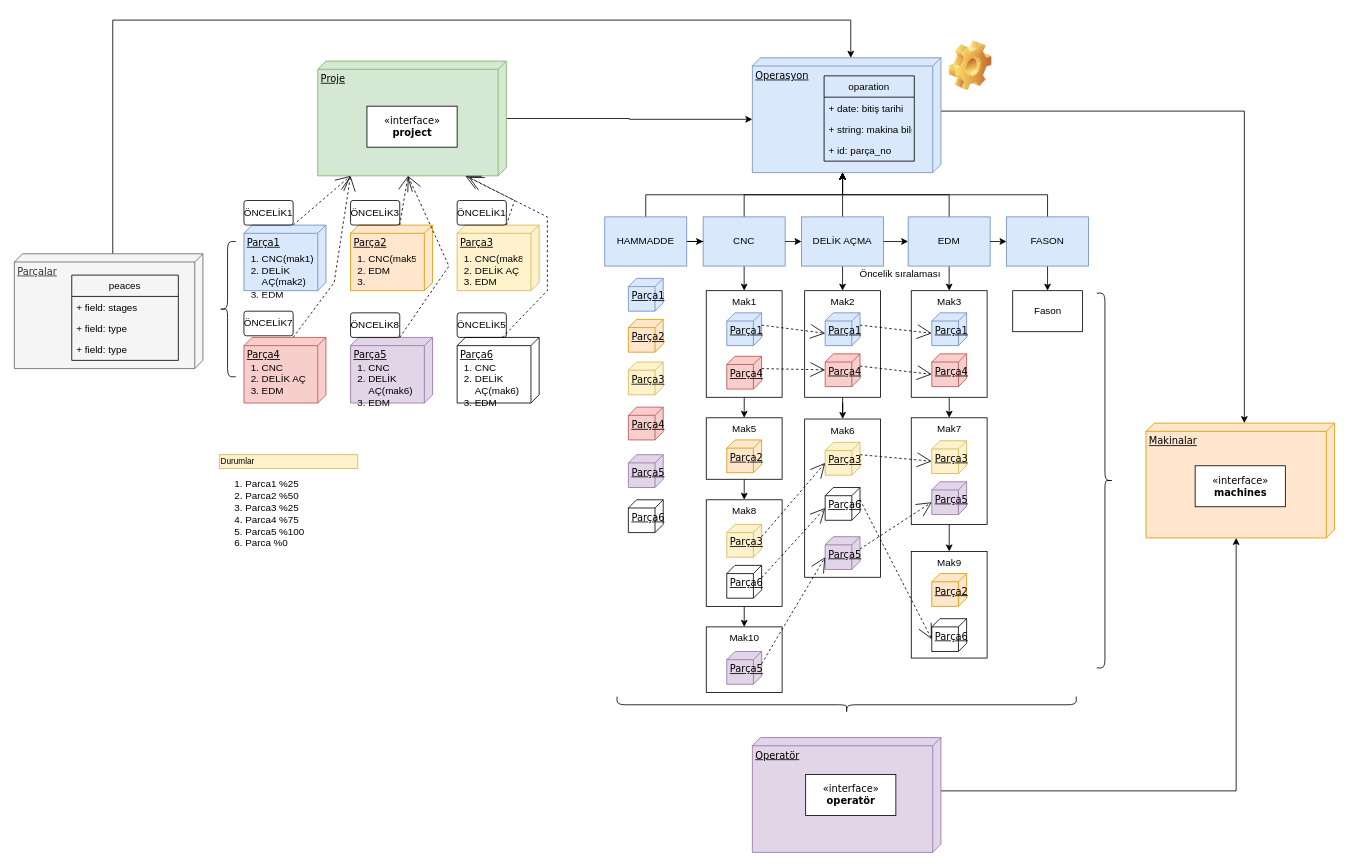
aygunoz/Angular-Plannig-App-All-Frontend keeps this draw.io diagram as Untitled Diagram.drawio. Above is the earlier version. Source tidied: cells renumbered, new cells numbered last; positions are measured from the earlier drawing's top-left corner, leaving out a move shared by most shapes. Both pictures are drawn from the tidied source at 82%, with x=0, y=0 at pixel (14, 20).
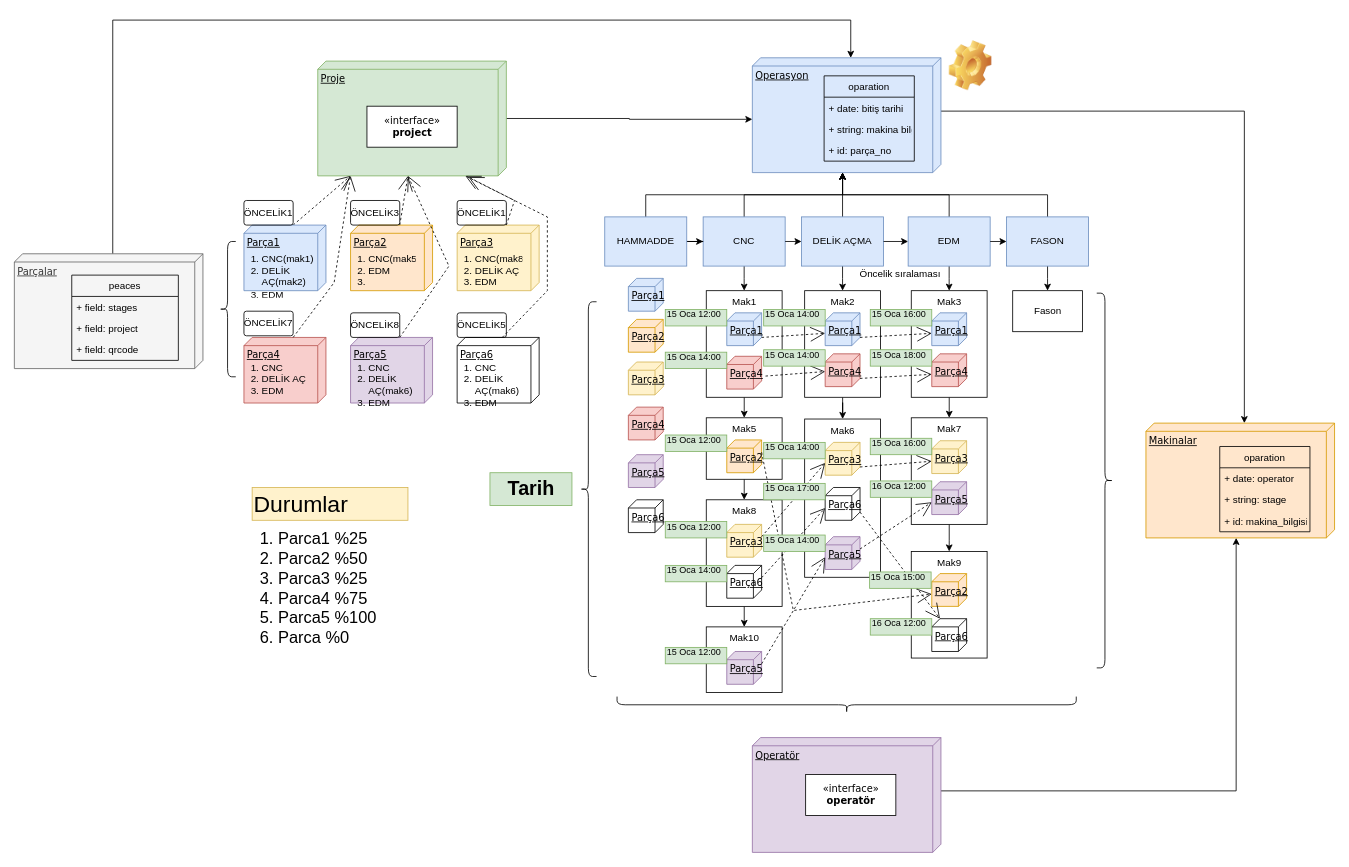
The same page after the edit.

The change refers to these unchanged cells:
```xml
<mxCell id="72" value="peaces" style="swimlane;fontStyle=0;horizontal=1;startSize=26;fillColor=none;" parent="1" vertex="1">
  <mxGeometry x="70" y="311" width="130" height="104" as="geometry" />
</mxCell>
<mxCell id="91" value="&lt;div&gt;Parça1&lt;/div&gt;&lt;div&gt;&lt;pre&gt;&lt;br&gt;&lt;/pre&gt;&lt;/div&gt;" style="verticalAlign=top;align=left;spacingTop=8;spacingLeft=2;spacingRight=12;shape=cube;size=10;direction=south;fontStyle=4;html=1;rounded=0;shadow=0;comic=0;labelBackgroundColor=none;strokeWidth=1;fontFamily=Verdana;fontSize=12;fillColor=#dae8fc;strokeColor=#6c8ebf;" parent="1" vertex="1">
  <mxGeometry x="868.8" y="357" width="42.5" height="40" as="geometry" />
</mxCell>
<mxCell id="93" value="Parça4" style="verticalAlign=top;align=left;spacingTop=8;spacingLeft=2;spacingRight=12;shape=cube;size=10;direction=south;fontStyle=4;html=1;rounded=0;shadow=0;comic=0;labelBackgroundColor=none;strokeWidth=1;fontFamily=Verdana;fontSize=12;fillColor=#f8cecc;strokeColor=#b85450;" parent="1" vertex="1">
  <mxGeometry x="868.8" y="410" width="42.5" height="40" as="geometry" />
</mxCell>
<mxCell id="94" value="Parça2" style="verticalAlign=top;align=left;spacingTop=8;spacingLeft=2;spacingRight=12;shape=cube;size=10;direction=south;fontStyle=4;html=1;rounded=0;shadow=0;comic=0;labelBackgroundColor=none;strokeWidth=1;fontFamily=Verdana;fontSize=12;fillColor=#ffe6cc;strokeColor=#d79b00;" parent="1" vertex="1">
  <mxGeometry x="868.8" y="512" width="42.5" height="40" as="geometry" />
</mxCell>
<mxCell id="97" value="&lt;div&gt;Parça1&lt;/div&gt;&lt;div&gt;&lt;pre&gt;&lt;br&gt;&lt;/pre&gt;&lt;/div&gt;" style="verticalAlign=top;align=left;spacingTop=8;spacingLeft=2;spacingRight=12;shape=cube;size=10;direction=south;fontStyle=4;html=1;rounded=0;shadow=0;comic=0;labelBackgroundColor=none;strokeWidth=1;fontFamily=Verdana;fontSize=12;fillColor=#dae8fc;strokeColor=#6c8ebf;" parent="1" vertex="1">
  <mxGeometry x="988.8" y="357" width="42.5" height="40" as="geometry" />
</mxCell>
<mxCell id="98" value="Parça5" style="verticalAlign=top;align=left;spacingTop=8;spacingLeft=2;spacingRight=12;shape=cube;size=10;direction=south;fontStyle=4;html=1;rounded=0;shadow=0;comic=0;labelBackgroundColor=none;strokeWidth=1;fontFamily=Verdana;fontSize=12;fillColor=#e1d5e7;strokeColor=#9673a6;" parent="1" vertex="1">
  <mxGeometry x="988.8" y="630" width="42.5" height="40" as="geometry" />
</mxCell>
<mxCell id="99" value="Parça6" style="verticalAlign=top;align=left;spacingTop=8;spacingLeft=2;spacingRight=12;shape=cube;size=10;direction=south;fontStyle=4;html=1;rounded=0;shadow=0;comic=0;labelBackgroundColor=none;strokeWidth=1;fontFamily=Verdana;fontSize=12;fillColor=none;" parent="1" vertex="1">
  <mxGeometry x="988.8" y="570" width="42.5" height="40" as="geometry" />
</mxCell>
<mxCell id="100" value="Parça3" style="verticalAlign=top;align=left;spacingTop=8;spacingLeft=2;spacingRight=12;shape=cube;size=10;direction=south;fontStyle=4;html=1;rounded=0;shadow=0;comic=0;labelBackgroundColor=none;strokeWidth=1;fontFamily=Verdana;fontSize=12;fillColor=#fff2cc;strokeColor=#d6b656;" parent="1" vertex="1">
  <mxGeometry x="988.8" y="515" width="42.5" height="40" as="geometry" />
</mxCell>
<mxCell id="101" value="Parça4" style="verticalAlign=top;align=left;spacingTop=8;spacingLeft=2;spacingRight=12;shape=cube;size=10;direction=south;fontStyle=4;html=1;rounded=0;shadow=0;comic=0;labelBackgroundColor=none;strokeWidth=1;fontFamily=Verdana;fontSize=12;fillColor=#f8cecc;strokeColor=#b85450;" parent="1" vertex="1">
  <mxGeometry x="988.8" y="407" width="42.5" height="40" as="geometry" />
</mxCell>
<mxCell id="102" value="&lt;div&gt;Parça1&lt;/div&gt;&lt;div&gt;&lt;pre&gt;&lt;br&gt;&lt;/pre&gt;&lt;/div&gt;" style="verticalAlign=top;align=left;spacingTop=8;spacingLeft=2;spacingRight=12;shape=cube;size=10;direction=south;fontStyle=4;html=1;rounded=0;shadow=0;comic=0;labelBackgroundColor=none;strokeWidth=1;fontFamily=Verdana;fontSize=12;fillColor=#dae8fc;strokeColor=#6c8ebf;" parent="1" vertex="1">
  <mxGeometry x="1118.8" y="357" width="42.5" height="40" as="geometry" />
</mxCell>
<mxCell id="103" value="Parça3" style="verticalAlign=top;align=left;spacingTop=8;spacingLeft=2;spacingRight=12;shape=cube;size=10;direction=south;fontStyle=4;html=1;rounded=0;shadow=0;comic=0;labelBackgroundColor=none;strokeWidth=1;fontFamily=Verdana;fontSize=12;fillColor=#fff2cc;strokeColor=#d6b656;" parent="1" vertex="1">
  <mxGeometry x="1118.8" y="513" width="42.5" height="40" as="geometry" />
</mxCell>
<mxCell id="104" value="Parça2" style="verticalAlign=top;align=left;spacingTop=8;spacingLeft=2;spacingRight=12;shape=cube;size=10;direction=south;fontStyle=4;html=1;rounded=0;shadow=0;comic=0;labelBackgroundColor=none;strokeWidth=1;fontFamily=Verdana;fontSize=12;fillColor=#ffe6cc;strokeColor=#d79b00;" parent="1" vertex="1">
  <mxGeometry x="1118.8" y="675" width="42.5" height="40" as="geometry" />
</mxCell>
<mxCell id="105" value="Parça4" style="verticalAlign=top;align=left;spacingTop=8;spacingLeft=2;spacingRight=12;shape=cube;size=10;direction=south;fontStyle=4;html=1;rounded=0;shadow=0;comic=0;labelBackgroundColor=none;strokeWidth=1;fontFamily=Verdana;fontSize=12;fillColor=#f8cecc;strokeColor=#b85450;" parent="1" vertex="1">
  <mxGeometry x="1118.8" y="407" width="42.5" height="40" as="geometry" />
</mxCell>
<mxCell id="106" value="Parça5" style="verticalAlign=top;align=left;spacingTop=8;spacingLeft=2;spacingRight=12;shape=cube;size=10;direction=south;fontStyle=4;html=1;rounded=0;shadow=0;comic=0;labelBackgroundColor=none;strokeWidth=1;fontFamily=Verdana;fontSize=12;fillColor=#e1d5e7;strokeColor=#9673a6;" parent="1" vertex="1">
  <mxGeometry x="1118.8" y="563" width="42.5" height="40" as="geometry" />
</mxCell>
<mxCell id="107" value="Parça6" style="verticalAlign=top;align=left;spacingTop=8;spacingLeft=2;spacingRight=12;shape=cube;size=10;direction=south;fontStyle=4;html=1;rounded=0;shadow=0;comic=0;labelBackgroundColor=none;strokeWidth=1;fontFamily=Verdana;fontSize=12;fillColor=none;" parent="1" vertex="1">
  <mxGeometry x="1118.8" y="730" width="42.5" height="40" as="geometry" />
</mxCell>
```

Diff of the diagram source:
```diff
@@
-    <mxCell id="36" value="&lt;div&gt;«interface»&lt;b&gt;&lt;br&gt;&lt;/b&gt;&lt;/div&gt;&lt;div&gt;&lt;b&gt;machines&lt;/b&gt;&lt;/div&gt;" style="html=1;rounded=0;shadow=0;comic=0;labelBackgroundColor=none;strokeWidth=1;fontFamily=Verdana;fontSize=12;align=center;" parent="1" vertex="1">
-      <mxGeometry x="1440" y="543.5" width="110" height="50" as="geometry" />
-    </mxCell>
@@
-    <mxCell id="74" value="+ field: type" style="text;strokeColor=none;fillColor=none;align=left;verticalAlign=top;spacingLeft=4;spacingRight=4;overflow=hidden;" parent="72" vertex="1">
+    <mxCell id="74" value="+ field: project" style="text;strokeColor=none;fillColor=none;align=left;verticalAlign=top;spacingLeft=4;spacingRight=4;overflow=hidden;" parent="72" vertex="1">
       <mxGeometry y="52" width="130" height="26" as="geometry" />
     </mxCell>
-    <mxCell id="75" value="+ field: type" style="text;strokeColor=none;fillColor=none;align=left;verticalAlign=top;spacingLeft=4;spacingRight=4;overflow=hidden;" parent="72" vertex="1">
+    <mxCell id="75" value="+ field: qrcode " style="text;strokeColor=none;fillColor=none;align=left;verticalAlign=top;spacingLeft=4;spacingRight=4;overflow=hidden;" parent="72" vertex="1">
       <mxGeometry y="78" width="130" height="26" as="geometry" />
     </mxCell>
@@
-    <mxCell id="108" style="edgeStyle=none;rounded=0;html=1;dashed=1;labelBackgroundColor=none;startArrow=none;startFill=0;startSize=8;endArrow=open;endFill=0;endSize=16;fontFamily=Verdana;fontSize=12;exitX=0;exitY=0;exitDx=15;exitDy=0;exitPerimeter=0;entryX=0;entryY=0;entryDx=25;entryDy=42.5;entryPerimeter=0;" parent="1" edge="1" source="91" target="97">
+    <mxCell id="108" style="edgeStyle=none;rounded=0;html=1;dashed=1;labelBackgroundColor=none;startArrow=none;startFill=0;startSize=8;endArrow=open;endFill=0;endSize=16;fontFamily=Verdana;fontSize=12;exitX=0;exitY=0;exitDx=30;exitDy=0;exitPerimeter=0;entryX=0;entryY=0;entryDx=25;entryDy=42.5;entryPerimeter=0;" parent="1" edge="1" source="91" target="97">
       <mxGeometry relative="1" as="geometry" />
     </mxCell>
-    <mxCell id="109" style="edgeStyle=none;rounded=0;html=1;dashed=1;labelBackgroundColor=none;startArrow=none;startFill=0;startSize=8;endArrow=open;endFill=0;endSize=16;fontFamily=Verdana;fontSize=12;exitX=0;exitY=0;exitDx=15;exitDy=0;exitPerimeter=0;" parent="1" edge="1" source="93" target="101">
+    <mxCell id="109" style="edgeStyle=none;rounded=0;html=1;dashed=1;labelBackgroundColor=none;startArrow=none;startFill=0;startSize=8;endArrow=open;endFill=0;endSize=16;fontFamily=Verdana;fontSize=12;exitX=0.603;exitY=-0.112;exitDx=0;exitDy=0;exitPerimeter=0;" parent="1" edge="1" source="93" target="101">
       <mxGeometry relative="1" as="geometry" />
     </mxCell>
@@
-    <mxCell id="113" style="edgeStyle=none;rounded=0;html=1;dashed=1;labelBackgroundColor=none;startArrow=none;startFill=0;startSize=8;endArrow=open;endFill=0;endSize=16;fontFamily=Verdana;fontSize=12;exitX=0;exitY=0;exitDx=15;exitDy=0;exitPerimeter=0;entryX=0;entryY=0;entryDx=25;entryDy=42.5;entryPerimeter=0;" parent="1" edge="1" source="97" target="102">
+    <mxCell id="113" style="edgeStyle=none;rounded=0;html=1;dashed=1;labelBackgroundColor=none;startArrow=none;startFill=0;startSize=8;endArrow=open;endFill=0;endSize=16;fontFamily=Verdana;fontSize=12;exitX=0;exitY=0;exitDx=30;exitDy=0;exitPerimeter=0;entryX=0;entryY=0;entryDx=25;entryDy=42.5;entryPerimeter=0;" parent="1" edge="1" source="97" target="102">
       <mxGeometry relative="1" as="geometry" />
     </mxCell>
-    <mxCell id="114" style="edgeStyle=none;rounded=0;html=1;dashed=1;labelBackgroundColor=none;startArrow=none;startFill=0;startSize=8;endArrow=open;endFill=0;endSize=16;fontFamily=Verdana;fontSize=12;exitX=0;exitY=0;exitDx=15;exitDy=0;exitPerimeter=0;entryX=0;entryY=0;entryDx=25;entryDy=42.5;entryPerimeter=0;" parent="1" edge="1" source="101" target="105">
+    <mxCell id="114" style="edgeStyle=none;rounded=0;html=1;dashed=1;labelBackgroundColor=none;startArrow=none;startFill=0;startSize=8;endArrow=open;endFill=0;endSize=16;fontFamily=Verdana;fontSize=12;exitX=0;exitY=0;exitDx=30;exitDy=0;exitPerimeter=0;entryX=0;entryY=0;entryDx=25;entryDy=42.5;entryPerimeter=0;" parent="1" edge="1" source="101" target="105">
       <mxGeometry relative="1" as="geometry" />
     </mxCell>
-    <mxCell id="115" style="edgeStyle=none;rounded=0;html=1;dashed=1;labelBackgroundColor=none;startArrow=none;startFill=0;startSize=8;endArrow=open;endFill=0;endSize=16;fontFamily=Verdana;fontSize=12;exitX=0;exitY=0;exitDx=15;exitDy=0;exitPerimeter=0;entryX=0;entryY=0;entryDx=25;entryDy=42.5;entryPerimeter=0;" parent="1" edge="1" source="100" target="103">
+    <mxCell id="115" style="edgeStyle=none;rounded=0;html=1;dashed=1;labelBackgroundColor=none;startArrow=none;startFill=0;startSize=8;endArrow=open;endFill=0;endSize=16;fontFamily=Verdana;fontSize=12;exitX=0;exitY=0;exitDx=30;exitDy=0;exitPerimeter=0;entryX=0;entryY=0;entryDx=25;entryDy=42.5;entryPerimeter=0;" parent="1" edge="1" source="100" target="103">
       <mxGeometry relative="1" as="geometry" />
     </mxCell>
-    <mxCell id="116" style="edgeStyle=none;rounded=0;html=1;dashed=1;labelBackgroundColor=none;startArrow=none;startFill=0;startSize=8;endArrow=open;endFill=0;endSize=16;fontFamily=Verdana;fontSize=12;exitX=0;exitY=0;exitDx=15;exitDy=0;exitPerimeter=0;entryX=0;entryY=0;entryDx=25;entryDy=42.5;entryPerimeter=0;" parent="1" edge="1" source="98" target="106">
+    <mxCell id="116" style="edgeStyle=none;rounded=0;html=1;dashed=1;labelBackgroundColor=none;startArrow=none;startFill=0;startSize=8;endArrow=open;endFill=0;endSize=16;fontFamily=Verdana;fontSize=12;entryX=0;entryY=0;entryDx=25;entryDy=42.5;entryPerimeter=0;exitX=0;exitY=0;exitDx=15;exitDy=0;exitPerimeter=0;" parent="1" edge="1" source="98" target="106">
       <mxGeometry relative="1" as="geometry" />
     </mxCell>
-    <mxCell id="117" style="edgeStyle=none;rounded=0;html=1;dashed=1;labelBackgroundColor=none;startArrow=none;startFill=0;startSize=8;endArrow=open;endFill=0;endSize=16;fontFamily=Verdana;fontSize=12;exitX=0;exitY=0;exitDx=15;exitDy=0;exitPerimeter=0;entryX=0;entryY=0;entryDx=25;entryDy=42.5;entryPerimeter=0;" parent="1" edge="1" source="99" target="107">
+    <mxCell id="117" style="edgeStyle=none;rounded=0;html=1;dashed=1;labelBackgroundColor=none;startArrow=none;startFill=0;startSize=8;endArrow=open;endFill=0;endSize=16;fontFamily=Verdana;fontSize=12;exitX=0;exitY=0;exitDx=30;exitDy=0;exitPerimeter=0;entryX=0;entryY=0;entryDx=0;entryDy=32.5;entryPerimeter=0;" parent="1" edge="1" source="99" target="107">
       <mxGeometry relative="1" as="geometry" />
     </mxCell>
-    <mxCell id="118" value="Durumlar" style="whiteSpace=wrap;html=1;shadow=0;dashed=0;fontSize=10;align=left;fillColor=#fff2cc;strokeColor=#d6b656;" parent="1" vertex="1">
-      <mxGeometry x="250" y="530" width="168.8" height="16.9" as="geometry" />
+    <mxCell id="118" value="&lt;font style=&quot;font-size: 28px;&quot;&gt;Durumlar&lt;/font&gt;" style="whiteSpace=wrap;html=1;shadow=0;dashed=0;fontSize=10;align=left;fillColor=#fff2cc;strokeColor=#d6b656;" parent="1" vertex="1">
+      <mxGeometry x="290" y="570" width="190" height="40" as="geometry" />
     </mxCell>
-    <mxCell id="119" value="&lt;ol&gt;&lt;li&gt;Parca1 %25&lt;/li&gt;&lt;li&gt;Parca2 %50&lt;/li&gt;&lt;li&gt;Parca3 %25&lt;/li&gt;&lt;li&gt;Parca4 %75&lt;/li&gt;&lt;li&gt;Parca5 %100&lt;/li&gt;&lt;li&gt;Parca %0&lt;/li&gt;&lt;/ol&gt;" style="text;strokeColor=none;fillColor=none;html=1;whiteSpace=wrap;verticalAlign=middle;overflow=hidden;" parent="1" vertex="1">
-      <mxGeometry x="240" y="543" width="130" height="117" as="geometry" />
+    <mxCell id="119" value="&lt;ol style=&quot;font-size: 20px;&quot;&gt;&lt;li&gt;Parca1 %25&lt;/li&gt;&lt;li&gt;Parca2 %50&lt;/li&gt;&lt;li&gt;Parca3 %25&lt;/li&gt;&lt;li&gt;Parca4 %75&lt;/li&gt;&lt;li&gt;Parca5 %100&lt;/li&gt;&lt;li&gt;Parca %0&lt;/li&gt;&lt;/ol&gt;" style="text;strokeColor=none;fillColor=none;html=1;whiteSpace=wrap;verticalAlign=middle;overflow=hidden;" parent="1" vertex="1">
+      <mxGeometry x="280" y="583" width="200" height="217" as="geometry" />
     </mxCell>
+    <mxCell id="120" style="edgeStyle=none;rounded=0;html=1;dashed=1;labelBackgroundColor=none;startArrow=none;startFill=0;startSize=8;endArrow=open;endFill=0;endSize=16;fontFamily=Verdana;fontSize=12;exitX=0;exitY=0;exitDx=15;exitDy=0;exitPerimeter=0;entryX=0;entryY=0;entryDx=25;entryDy=42.5;entryPerimeter=0;" parent="1" edge="1" source="94" target="104">
+      <mxGeometry relative="1" as="geometry">
+        <Array as="points">
+          <mxPoint x="950" y="720" />
+        </Array>
+      </mxGeometry>
+    </mxCell>
+    <mxCell id="121" value="oparation" style="swimlane;fontStyle=0;horizontal=1;startSize=26;fillColor=none;" parent="1" vertex="1">
+      <mxGeometry x="1470" y="520" width="110" height="104" as="geometry" />
+    </mxCell>
+    <mxCell id="122" value="+ date: operator" style="text;strokeColor=none;fillColor=none;align=left;verticalAlign=top;spacingLeft=4;spacingRight=4;overflow=hidden;" parent="121" vertex="1">
+      <mxGeometry y="26" width="110" height="26" as="geometry" />
+    </mxCell>
+    <mxCell id="123" value="+ string: stage" style="text;strokeColor=none;fillColor=none;align=left;verticalAlign=top;spacingLeft=4;spacingRight=4;overflow=hidden;" parent="121" vertex="1">
+      <mxGeometry y="52" width="110" height="26" as="geometry" />
+    </mxCell>
+    <mxCell id="124" value="+ id: makina_bilgisi" style="text;strokeColor=none;fillColor=none;align=left;verticalAlign=top;spacingLeft=4;spacingRight=4;overflow=hidden;" parent="121" vertex="1">
+      <mxGeometry y="78" width="110" height="26" as="geometry" />
+    </mxCell>
+    <mxCell id="125" value="&lt;font style=&quot;font-size: 11px;&quot;&gt;15 Oca 12:00&lt;/font&gt;" style="text;html=1;strokeColor=#82b366;fillColor=#d5e8d4;align=left;verticalAlign=bottom;whiteSpace=wrap;rounded=0;fontSize=28;horizontal=1;" parent="1" vertex="1">
+      <mxGeometry x="793.8" y="353" width="75" height="20" as="geometry" />
+    </mxCell>
+    <mxCell id="126" value="&lt;font style=&quot;font-size: 11px;&quot;&gt;15 Oca 14:00&lt;/font&gt;" style="text;html=1;strokeColor=#82b366;fillColor=#d5e8d4;align=left;verticalAlign=bottom;whiteSpace=wrap;rounded=0;fontSize=28;horizontal=1;" parent="1" vertex="1">
+      <mxGeometry x="913.8" y="353" width="75" height="20" as="geometry" />
+    </mxCell>
+    <mxCell id="127" value="&lt;font style=&quot;font-size: 11px;&quot;&gt;15 Oca 16:00&lt;/font&gt;" style="text;html=1;strokeColor=#82b366;fillColor=#d5e8d4;align=left;verticalAlign=bottom;whiteSpace=wrap;rounded=0;fontSize=28;horizontal=1;" parent="1" vertex="1">
+      <mxGeometry x="1043.8" y="353" width="75" height="20" as="geometry" />
+    </mxCell>
+    <mxCell id="128" value="&lt;font style=&quot;font-size: 11px;&quot;&gt;15 Oca 14:00&lt;/font&gt;" style="text;html=1;strokeColor=#82b366;fillColor=#d5e8d4;align=left;verticalAlign=bottom;whiteSpace=wrap;rounded=0;fontSize=28;horizontal=1;" parent="1" vertex="1">
+      <mxGeometry x="793.8" y="405" width="75" height="20" as="geometry" />
+    </mxCell>
+    <mxCell id="129" value="&lt;font style=&quot;font-size: 11px;&quot;&gt;15 Oca 14:00&lt;/font&gt;" style="text;html=1;strokeColor=#82b366;fillColor=#d5e8d4;align=left;verticalAlign=bottom;whiteSpace=wrap;rounded=0;fontSize=28;horizontal=1;" parent="1" vertex="1">
+      <mxGeometry x="913.8" y="402" width="75" height="20" as="geometry" />
+    </mxCell>
+    <mxCell id="130" value="&lt;font style=&quot;font-size: 11px;&quot;&gt;15 Oca 18:00&lt;/font&gt;" style="text;html=1;strokeColor=#82b366;fillColor=#d5e8d4;align=left;verticalAlign=bottom;whiteSpace=wrap;rounded=0;fontSize=28;horizontal=1;" parent="1" vertex="1">
+      <mxGeometry x="1043.8" y="402" width="75" height="20" as="geometry" />
+    </mxCell>
+    <mxCell id="131" value="&lt;font style=&quot;font-size: 11px;&quot;&gt;15 Oca 12:00&lt;/font&gt;" style="text;html=1;strokeColor=#82b366;fillColor=#d5e8d4;align=left;verticalAlign=bottom;whiteSpace=wrap;rounded=0;fontSize=28;horizontal=1;" parent="1" vertex="1">
+      <mxGeometry x="793.8" y="506" width="75" height="20" as="geometry" />
+    </mxCell>
+    <mxCell id="132" value="&lt;font style=&quot;font-size: 11px;&quot;&gt;15 Oca 15:00&lt;/font&gt;" style="text;html=1;strokeColor=#82b366;fillColor=#d5e8d4;align=left;verticalAlign=bottom;whiteSpace=wrap;rounded=0;fontSize=28;horizontal=1;" parent="1" vertex="1">
+      <mxGeometry x="1043" y="673" width="75" height="20" as="geometry" />
+    </mxCell>
+    <mxCell id="133" value="&lt;font style=&quot;font-size: 11px;&quot;&gt;15 Oca 12:00&lt;/font&gt;" style="text;html=1;strokeColor=#82b366;fillColor=#d5e8d4;align=left;verticalAlign=bottom;whiteSpace=wrap;rounded=0;fontSize=28;horizontal=1;" parent="1" vertex="1">
+      <mxGeometry x="793.8" y="611.5" width="75" height="20" as="geometry" />
+    </mxCell>
+    <mxCell id="134" value="&lt;font style=&quot;font-size: 11px;&quot;&gt;15 Oca 14:00&lt;/font&gt;" style="text;html=1;strokeColor=#82b366;fillColor=#d5e8d4;align=left;verticalAlign=bottom;whiteSpace=wrap;rounded=0;fontSize=28;horizontal=1;" parent="1" vertex="1">
+      <mxGeometry x="913.8" y="515" width="75" height="20" as="geometry" />
+    </mxCell>
+    <mxCell id="135" value="&lt;font style=&quot;font-size: 11px;&quot;&gt;15 Oca 16:00&lt;/font&gt;" style="text;html=1;strokeColor=#82b366;fillColor=#d5e8d4;align=left;verticalAlign=bottom;whiteSpace=wrap;rounded=0;fontSize=28;horizontal=1;" parent="1" vertex="1">
+      <mxGeometry x="1043.8" y="510" width="75" height="20" as="geometry" />
+    </mxCell>
+    <mxCell id="136" value="&lt;font style=&quot;font-size: 11px;&quot;&gt;15 Oca 17:00&lt;/font&gt;" style="text;html=1;strokeColor=#82b366;fillColor=#d5e8d4;align=left;verticalAlign=bottom;whiteSpace=wrap;rounded=0;fontSize=28;horizontal=1;" parent="1" vertex="1">
+      <mxGeometry x="913.8" y="565" width="75" height="20" as="geometry" />
+    </mxCell>
+    <mxCell id="137" value="&lt;font style=&quot;font-size: 11px;&quot;&gt;15 Oca 14:00&lt;/font&gt;" style="text;html=1;strokeColor=#82b366;fillColor=#d5e8d4;align=left;verticalAlign=bottom;whiteSpace=wrap;rounded=0;fontSize=28;horizontal=1;" parent="1" vertex="1">
+      <mxGeometry x="793.8" y="665" width="75" height="20" as="geometry" />
+    </mxCell>
+    <mxCell id="138" value="&lt;font style=&quot;font-size: 11px;&quot;&gt;16 Oca 12:00&lt;/font&gt;" style="text;html=1;strokeColor=#82b366;fillColor=#d5e8d4;align=left;verticalAlign=bottom;whiteSpace=wrap;rounded=0;fontSize=28;horizontal=1;" parent="1" vertex="1">
+      <mxGeometry x="1043.8" y="730" width="75" height="20" as="geometry" />
+    </mxCell>
+    <mxCell id="139" value="&lt;font style=&quot;font-size: 11px;&quot;&gt;15 Oca 12:00&lt;/font&gt;" style="text;html=1;strokeColor=#82b366;fillColor=#d5e8d4;align=left;verticalAlign=bottom;whiteSpace=wrap;rounded=0;fontSize=28;horizontal=1;" parent="1" vertex="1">
+      <mxGeometry x="793.8" y="765" width="75" height="20" as="geometry" />
+    </mxCell>
+    <mxCell id="140" value="&lt;font style=&quot;font-size: 11px;&quot;&gt;15 Oca 14:00&lt;/font&gt;" style="text;html=1;strokeColor=#82b366;fillColor=#d5e8d4;align=left;verticalAlign=bottom;whiteSpace=wrap;rounded=0;fontSize=28;horizontal=1;" parent="1" vertex="1">
+      <mxGeometry x="913.8" y="628" width="75" height="20" as="geometry" />
+    </mxCell>
+    <mxCell id="141" value="&lt;font style=&quot;font-size: 11px;&quot;&gt;16 Oca 12:00&lt;/font&gt;" style="text;html=1;strokeColor=#82b366;fillColor=#d5e8d4;align=left;verticalAlign=bottom;whiteSpace=wrap;rounded=0;fontSize=28;horizontal=1;" parent="1" vertex="1">
+      <mxGeometry x="1043.8" y="562" width="75" height="20" as="geometry" />
+    </mxCell>
+    <mxCell id="142" style="shape=curlyBracket;whiteSpace=wrap;html=1;rounded=1;flipH=1;rotation=-180;" parent="1" vertex="1">
+      <mxGeometry x="690" y="343.5" width="20" height="457" as="geometry" />
+    </mxCell>
+    <mxCell id="143" value="Tarih" style="text;strokeColor=#82b366;fillColor=#d5e8d4;html=1;fontSize=24;fontStyle=1;verticalAlign=middle;align=center;" parent="1" vertex="1">
+      <mxGeometry x="580" y="552" width="100" height="40" as="geometry" />
+    </mxCell>
```
